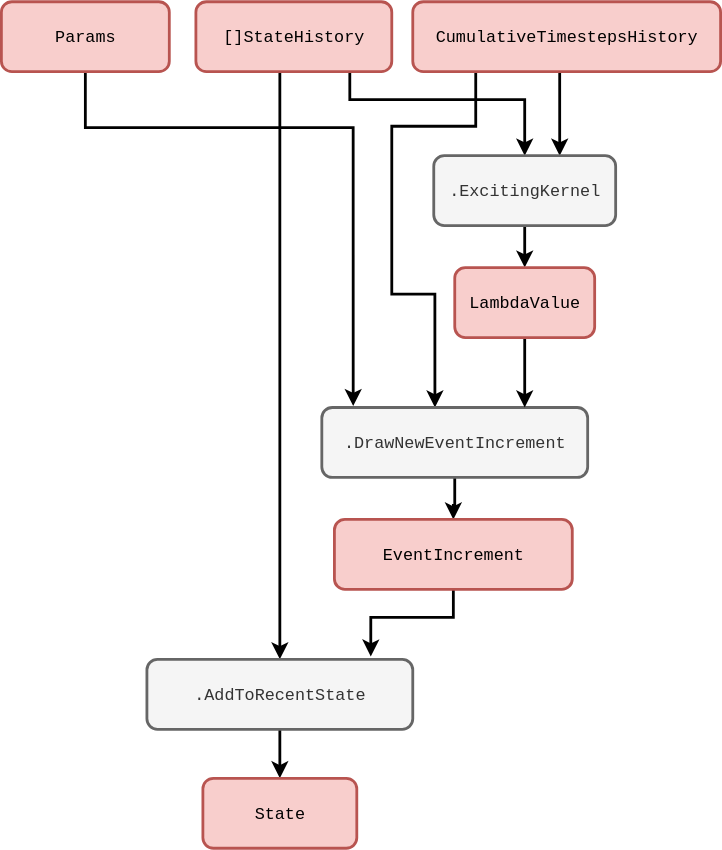
umbralcalc/umbralcalc.github.io keeps this draw.io diagram as assets/diagramming_the_stochadex_project/hawkes-process.svg. Above is the earlier version. Source tidied: cells renumbered, new cells last; positions are measured from the earlier drawing's top-left corner, leaving out a move shared by most shapes. The source it was exported from:
```xml
<mxGraphModel>
  <root>
    <mxCell id="0" />
    <mxCell id="1" parent="0" />
    <mxCell id="2" style="edgeStyle=orthogonalEdgeStyle;rounded=0;jettySize=auto;html=1;strokeWidth=2;entryX=0.5;entryY=0;entryDx=0;entryDy=0;" parent="1" edge="1" source="20" target="9">
      <mxGeometry relative="1" as="geometry">
        <Array as="points">
          <mxPoint x="199" y="150" />
          <mxPoint x="199" y="150" />
        </Array>
      </mxGeometry>
    </mxCell>
    <mxCell id="3" style="edgeStyle=orthogonalEdgeStyle;rounded=0;jettySize=auto;html=1;entryX=0.5;entryY=0;entryDx=0;entryDy=0;strokeWidth=2;" parent="1" edge="1" target="12">
      <mxGeometry relative="1" as="geometry">
        <mxPoint x="249" y="50" as="sourcePoint" />
        <Array as="points">
          <mxPoint x="249" y="70" />
          <mxPoint x="374" y="70" />
        </Array>
      </mxGeometry>
    </mxCell>
    <mxCell id="4" style="edgeStyle=orthogonalEdgeStyle;rounded=0;jettySize=auto;html=1;strokeWidth=2;" parent="1" edge="1" target="12">
      <mxGeometry relative="1" as="geometry">
        <mxPoint x="399" y="50" as="sourcePoint" />
        <Array as="points">
          <mxPoint x="399" y="80" />
          <mxPoint x="399" y="80" />
        </Array>
      </mxGeometry>
    </mxCell>
    <mxCell id="5" style="edgeStyle=orthogonalEdgeStyle;rounded=0;orthogonalLoop=1;jettySize=auto;html=1;strokeWidth=2;entryX=0.391;entryY=0.02;entryDx=0;entryDy=0;entryPerimeter=0;" parent="1" edge="1">
      <mxGeometry relative="1" as="geometry">
        <mxPoint x="339" y="49" as="sourcePoint" />
        <mxPoint x="309.8" y="290" as="targetPoint" />
        <Array as="points">
          <mxPoint x="339" y="89" />
          <mxPoint x="279" y="89" />
          <mxPoint x="279" y="209" />
          <mxPoint x="310" y="209" />
        </Array>
      </mxGeometry>
    </mxCell>
    <mxCell id="6" style="edgeStyle=orthogonalEdgeStyle;rounded=0;jettySize=auto;html=1;entryX=0.118;entryY=-0.02;entryDx=0;entryDy=0;strokeWidth=2;entryPerimeter=0;" parent="1" edge="1" source="7" target="14">
      <mxGeometry relative="1" as="geometry">
        <Array as="points">
          <mxPoint x="60" y="90" />
          <mxPoint x="251" y="90" />
        </Array>
      </mxGeometry>
    </mxCell>
    <mxCell id="7" value="&lt;font face=&quot;Courier New&quot;&gt;Params&lt;/font&gt;" style="rounded=1;whiteSpace=wrap;html=1;strokeWidth=2;fillColor=#f8cecc;strokeColor=#b85450;" parent="1" vertex="1">
      <mxGeometry width="120" height="50" as="geometry" />
    </mxCell>
    <mxCell id="8" style="edgeStyle=orthogonalEdgeStyle;rounded=0;jettySize=auto;html=1;strokeWidth=2;" parent="1" edge="1" source="9" target="10">
      <mxGeometry relative="1" as="geometry" />
    </mxCell>
    <mxCell id="9" value="&lt;font face=&quot;Courier New&quot;&gt;.AddToRecentState&lt;/font&gt;" style="rounded=1;whiteSpace=wrap;html=1;strokeWidth=2;fillColor=#f5f5f5;fontColor=#333333;strokeColor=#666666;" parent="1" vertex="1">
      <mxGeometry x="104" y="470" width="190" height="50" as="geometry" />
    </mxCell>
    <mxCell id="10" value="&lt;font face=&quot;Courier New&quot;&gt;State&lt;/font&gt;" style="rounded=1;whiteSpace=wrap;html=1;strokeWidth=2;fillColor=#f8cecc;strokeColor=#b85450;" parent="1" vertex="1">
      <mxGeometry x="144" y="555" width="110" height="50" as="geometry" />
    </mxCell>
    <mxCell id="11" style="edgeStyle=orthogonalEdgeStyle;rounded=0;jettySize=auto;html=1;strokeWidth=2;" parent="1" edge="1" source="12" target="18">
      <mxGeometry relative="1" as="geometry" />
    </mxCell>
    <mxCell id="12" value="&lt;font face=&quot;Courier New&quot;&gt;.ExcitingKernel&lt;/font&gt;" style="rounded=1;whiteSpace=wrap;html=1;strokeWidth=2;fillColor=#f5f5f5;fontColor=#333333;strokeColor=#666666;" parent="1" vertex="1">
      <mxGeometry x="309" y="110" width="130" height="50" as="geometry" />
    </mxCell>
    <mxCell id="13" style="edgeStyle=orthogonalEdgeStyle;rounded=0;jettySize=auto;html=1;strokeWidth=2;" parent="1" edge="1" source="14" target="16">
      <mxGeometry relative="1" as="geometry" />
    </mxCell>
    <mxCell id="14" value="&lt;font face=&quot;Courier New&quot;&gt;.DrawNewEventIncrement&lt;/font&gt;" style="rounded=1;whiteSpace=wrap;html=1;strokeWidth=2;fillColor=#f5f5f5;fontColor=#333333;strokeColor=#666666;" parent="1" vertex="1">
      <mxGeometry x="229" y="290" width="190" height="50" as="geometry" />
    </mxCell>
    <mxCell id="15" style="edgeStyle=orthogonalEdgeStyle;rounded=0;jettySize=auto;html=1;strokeWidth=2;entryX=0.842;entryY=-0.04;entryDx=0;entryDy=0;entryPerimeter=0;" parent="1" edge="1" source="16" target="9">
      <mxGeometry relative="1" as="geometry">
        <Array as="points">
          <mxPoint x="323" y="440" />
          <mxPoint x="264" y="440" />
        </Array>
      </mxGeometry>
    </mxCell>
    <mxCell id="16" value="&lt;font face=&quot;Courier New&quot;&gt;EventIncrement&lt;/font&gt;" style="rounded=1;whiteSpace=wrap;html=1;strokeWidth=2;fillColor=#f8cecc;strokeColor=#b85450;" parent="1" vertex="1">
      <mxGeometry x="238" y="370" width="170" height="50" as="geometry" />
    </mxCell>
    <mxCell id="17" style="edgeStyle=orthogonalEdgeStyle;rounded=0;jettySize=auto;html=1;strokeWidth=2;" parent="1" edge="1" source="18" target="14">
      <mxGeometry relative="1" as="geometry">
        <Array as="points">
          <mxPoint x="374" y="280" />
          <mxPoint x="374" y="280" />
        </Array>
      </mxGeometry>
    </mxCell>
    <mxCell id="18" value="&lt;font face=&quot;Courier New&quot;&gt;LambdaValue&lt;/font&gt;" style="rounded=1;whiteSpace=wrap;html=1;strokeWidth=2;fillColor=#f8cecc;strokeColor=#b85450;" parent="1" vertex="1">
      <mxGeometry x="324" y="190" width="100" height="50" as="geometry" />
    </mxCell>
    <mxCell id="19" value="&lt;font face=&quot;Courier New&quot;&gt;CumulativeTimestepsHistory&lt;/font&gt;" style="rounded=1;whiteSpace=wrap;html=1;strokeWidth=2;fillColor=#f8cecc;strokeColor=#b85450;" parent="1" vertex="1">
      <mxGeometry x="294" width="220" height="50" as="geometry" />
    </mxCell>
    <mxCell id="20" value="&lt;font face=&quot;Courier New&quot;&gt;[]StateHistory&lt;/font&gt;" style="rounded=1;whiteSpace=wrap;html=1;strokeWidth=2;fillColor=#f8cecc;strokeColor=#b85450;" parent="1" vertex="1">
      <mxGeometry x="139" width="140" height="50" as="geometry" />
    </mxCell>
  </root>
</mxGraphModel>
```
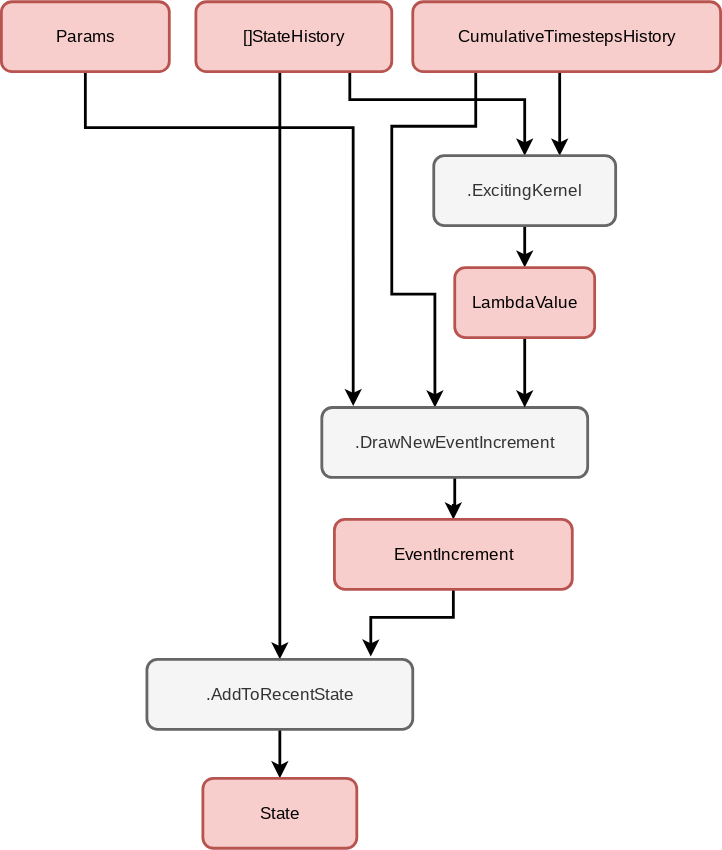
After the change.

What changed in the source:
```diff
@@ -2,7 +2,7 @@
   <root>
     <mxCell id="0" />
     <mxCell id="1" parent="0" />
-    <mxCell id="2" style="edgeStyle=orthogonalEdgeStyle;rounded=0;jettySize=auto;html=1;strokeWidth=2;entryX=0.5;entryY=0;entryDx=0;entryDy=0;" parent="1" edge="1" source="20" target="9">
+    <mxCell id="2" style="edgeStyle=orthogonalEdgeStyle;rounded=0;jettySize=auto;html=1;strokeWidth=2;entryX=0.5;entryY=0;entryDx=0;entryDy=0;fontFamily=Cousine;fontSource=https%3A%2F%2Ffonts.googleapis.com%2Fcss2%3Ffamily%3DCourier%2BPrime%3Aital%2Cwght%400%2C400%3B0%2C700%3B1%2C400%3B1%2C700%26family%3DCousine%3Aital%2Cwght%400%2C400%3B0%2C700%3B1%2C400%3B1%2C700%26family%3DShadows%2BInto%2BLight%26display%3Dswap;" parent="1" edge="1" source="20" target="9">
       <mxGeometry relative="1" as="geometry">
         <Array as="points">
           <mxPoint x="199" y="150" />
@@ -10,7 +10,7 @@
         </Array>
       </mxGeometry>
     </mxCell>
-    <mxCell id="3" style="edgeStyle=orthogonalEdgeStyle;rounded=0;jettySize=auto;html=1;entryX=0.5;entryY=0;entryDx=0;entryDy=0;strokeWidth=2;" parent="1" edge="1" target="12">
+    <mxCell id="3" style="edgeStyle=orthogonalEdgeStyle;rounded=0;jettySize=auto;html=1;entryX=0.5;entryY=0;entryDx=0;entryDy=0;strokeWidth=2;fontFamily=Cousine;fontSource=https%3A%2F%2Ffonts.googleapis.com%2Fcss2%3Ffamily%3DCourier%2BPrime%3Aital%2Cwght%400%2C400%3B0%2C700%3B1%2C400%3B1%2C700%26family%3DCousine%3Aital%2Cwght%400%2C400%3B0%2C700%3B1%2C400%3B1%2C700%26family%3DShadows%2BInto%2BLight%26display%3Dswap;" parent="1" edge="1" target="12">
       <mxGeometry relative="1" as="geometry">
         <mxPoint x="249" y="50" as="sourcePoint" />
         <Array as="points">
@@ -19,7 +19,7 @@
         </Array>
       </mxGeometry>
     </mxCell>
-    <mxCell id="4" style="edgeStyle=orthogonalEdgeStyle;rounded=0;jettySize=auto;html=1;strokeWidth=2;" parent="1" edge="1" target="12">
+    <mxCell id="4" style="edgeStyle=orthogonalEdgeStyle;rounded=0;jettySize=auto;html=1;strokeWidth=2;fontFamily=Cousine;fontSource=https%3A%2F%2Ffonts.googleapis.com%2Fcss2%3Ffamily%3DCourier%2BPrime%3Aital%2Cwght%400%2C400%3B0%2C700%3B1%2C400%3B1%2C700%26family%3DCousine%3Aital%2Cwght%400%2C400%3B0%2C700%3B1%2C400%3B1%2C700%26family%3DShadows%2BInto%2BLight%26display%3Dswap;" parent="1" edge="1" target="12">
       <mxGeometry relative="1" as="geometry">
         <mxPoint x="399" y="50" as="sourcePoint" />
         <Array as="points">
@@ -28,7 +28,7 @@
         </Array>
       </mxGeometry>
     </mxCell>
-    <mxCell id="5" style="edgeStyle=orthogonalEdgeStyle;rounded=0;orthogonalLoop=1;jettySize=auto;html=1;strokeWidth=2;entryX=0.391;entryY=0.02;entryDx=0;entryDy=0;entryPerimeter=0;" parent="1" edge="1">
+    <mxCell id="5" style="edgeStyle=orthogonalEdgeStyle;rounded=0;orthogonalLoop=1;jettySize=auto;html=1;strokeWidth=2;entryX=0.391;entryY=0.02;entryDx=0;entryDy=0;entryPerimeter=0;fontFamily=Cousine;fontSource=https%3A%2F%2Ffonts.googleapis.com%2Fcss2%3Ffamily%3DCourier%2BPrime%3Aital%2Cwght%400%2C400%3B0%2C700%3B1%2C400%3B1%2C700%26family%3DCousine%3Aital%2Cwght%400%2C400%3B0%2C700%3B1%2C400%3B1%2C700%26family%3DShadows%2BInto%2BLight%26display%3Dswap;" parent="1" edge="1">
       <mxGeometry relative="1" as="geometry">
         <mxPoint x="339" y="49" as="sourcePoint" />
         <mxPoint x="309.8" y="290" as="targetPoint" />
@@ -40,7 +40,7 @@
         </Array>
       </mxGeometry>
     </mxCell>
-    <mxCell id="6" style="edgeStyle=orthogonalEdgeStyle;rounded=0;jettySize=auto;html=1;entryX=0.118;entryY=-0.02;entryDx=0;entryDy=0;strokeWidth=2;entryPerimeter=0;" parent="1" edge="1" source="7" target="14">
+    <mxCell id="6" style="edgeStyle=orthogonalEdgeStyle;rounded=0;jettySize=auto;html=1;entryX=0.118;entryY=-0.02;entryDx=0;entryDy=0;strokeWidth=2;entryPerimeter=0;fontFamily=Cousine;fontSource=https%3A%2F%2Ffonts.googleapis.com%2Fcss2%3Ffamily%3DCourier%2BPrime%3Aital%2Cwght%400%2C400%3B0%2C700%3B1%2C400%3B1%2C700%26family%3DCousine%3Aital%2Cwght%400%2C400%3B0%2C700%3B1%2C400%3B1%2C700%26family%3DShadows%2BInto%2BLight%26display%3Dswap;" parent="1" edge="1" source="7" target="14">
       <mxGeometry relative="1" as="geometry">
         <Array as="points">
           <mxPoint x="60" y="90" />
@@ -48,31 +48,31 @@
         </Array>
       </mxGeometry>
     </mxCell>
-    <mxCell id="7" value="&lt;font face=&quot;Courier New&quot;&gt;Params&lt;/font&gt;" style="rounded=1;whiteSpace=wrap;html=1;strokeWidth=2;fillColor=#f8cecc;strokeColor=#b85450;" parent="1" vertex="1">
+    <mxCell id="7" value="&lt;font&gt;Params&lt;/font&gt;" style="rounded=1;whiteSpace=wrap;html=1;strokeWidth=2;fillColor=#f8cecc;strokeColor=#b85450;fontFamily=Cousine;fontSource=https%3A%2F%2Ffonts.googleapis.com%2Fcss2%3Ffamily%3DCourier%2BPrime%3Aital%2Cwght%400%2C400%3B0%2C700%3B1%2C400%3B1%2C700%26family%3DCousine%3Aital%2Cwght%400%2C400%3B0%2C700%3B1%2C400%3B1%2C700%26family%3DShadows%2BInto%2BLight%26display%3Dswap;" parent="1" vertex="1">
       <mxGeometry width="120" height="50" as="geometry" />
     </mxCell>
-    <mxCell id="8" style="edgeStyle=orthogonalEdgeStyle;rounded=0;jettySize=auto;html=1;strokeWidth=2;" parent="1" edge="1" source="9" target="10">
+    <mxCell id="8" style="edgeStyle=orthogonalEdgeStyle;rounded=0;jettySize=auto;html=1;strokeWidth=2;fontFamily=Cousine;fontSource=https%3A%2F%2Ffonts.googleapis.com%2Fcss2%3Ffamily%3DCourier%2BPrime%3Aital%2Cwght%400%2C400%3B0%2C700%3B1%2C400%3B1%2C700%26family%3DCousine%3Aital%2Cwght%400%2C400%3B0%2C700%3B1%2C400%3B1%2C700%26family%3DShadows%2BInto%2BLight%26display%3Dswap;" parent="1" edge="1" source="9" target="10">
       <mxGeometry relative="1" as="geometry" />
     </mxCell>
-    <mxCell id="9" value="&lt;font face=&quot;Courier New&quot;&gt;.AddToRecentState&lt;/font&gt;" style="rounded=1;whiteSpace=wrap;html=1;strokeWidth=2;fillColor=#f5f5f5;fontColor=#333333;strokeColor=#666666;" parent="1" vertex="1">
+    <mxCell id="9" value="&lt;font&gt;.AddToRecentState&lt;/font&gt;" style="rounded=1;whiteSpace=wrap;html=1;strokeWidth=2;fillColor=#f5f5f5;fontColor=#333333;strokeColor=#666666;fontFamily=Cousine;fontSource=https%3A%2F%2Ffonts.googleapis.com%2Fcss2%3Ffamily%3DCourier%2BPrime%3Aital%2Cwght%400%2C400%3B0%2C700%3B1%2C400%3B1%2C700%26family%3DCousine%3Aital%2Cwght%400%2C400%3B0%2C700%3B1%2C400%3B1%2C700%26family%3DShadows%2BInto%2BLight%26display%3Dswap;" parent="1" vertex="1">
       <mxGeometry x="104" y="470" width="190" height="50" as="geometry" />
     </mxCell>
-    <mxCell id="10" value="&lt;font face=&quot;Courier New&quot;&gt;State&lt;/font&gt;" style="rounded=1;whiteSpace=wrap;html=1;strokeWidth=2;fillColor=#f8cecc;strokeColor=#b85450;" parent="1" vertex="1">
+    <mxCell id="10" value="&lt;font&gt;State&lt;/font&gt;" style="rounded=1;whiteSpace=wrap;html=1;strokeWidth=2;fillColor=#f8cecc;strokeColor=#b85450;fontFamily=Cousine;fontSource=https%3A%2F%2Ffonts.googleapis.com%2Fcss2%3Ffamily%3DCourier%2BPrime%3Aital%2Cwght%400%2C400%3B0%2C700%3B1%2C400%3B1%2C700%26family%3DCousine%3Aital%2Cwght%400%2C400%3B0%2C700%3B1%2C400%3B1%2C700%26family%3DShadows%2BInto%2BLight%26display%3Dswap;" parent="1" vertex="1">
       <mxGeometry x="144" y="555" width="110" height="50" as="geometry" />
     </mxCell>
-    <mxCell id="11" style="edgeStyle=orthogonalEdgeStyle;rounded=0;jettySize=auto;html=1;strokeWidth=2;" parent="1" edge="1" source="12" target="18">
+    <mxCell id="11" style="edgeStyle=orthogonalEdgeStyle;rounded=0;jettySize=auto;html=1;strokeWidth=2;fontFamily=Cousine;fontSource=https%3A%2F%2Ffonts.googleapis.com%2Fcss2%3Ffamily%3DCourier%2BPrime%3Aital%2Cwght%400%2C400%3B0%2C700%3B1%2C400%3B1%2C700%26family%3DCousine%3Aital%2Cwght%400%2C400%3B0%2C700%3B1%2C400%3B1%2C700%26family%3DShadows%2BInto%2BLight%26display%3Dswap;" parent="1" edge="1" source="12" target="18">
       <mxGeometry relative="1" as="geometry" />
     </mxCell>
-    <mxCell id="12" value="&lt;font face=&quot;Courier New&quot;&gt;.ExcitingKernel&lt;/font&gt;" style="rounded=1;whiteSpace=wrap;html=1;strokeWidth=2;fillColor=#f5f5f5;fontColor=#333333;strokeColor=#666666;" parent="1" vertex="1">
+    <mxCell id="12" value="&lt;font&gt;.ExcitingKernel&lt;/font&gt;" style="rounded=1;whiteSpace=wrap;html=1;strokeWidth=2;fillColor=#f5f5f5;fontColor=#333333;strokeColor=#666666;fontFamily=Cousine;fontSource=https%3A%2F%2Ffonts.googleapis.com%2Fcss2%3Ffamily%3DCourier%2BPrime%3Aital%2Cwght%400%2C400%3B0%2C700%3B1%2C400%3B1%2C700%26family%3DCousine%3Aital%2Cwght%400%2C400%3B0%2C700%3B1%2C400%3B1%2C700%26family%3DShadows%2BInto%2BLight%26display%3Dswap;" parent="1" vertex="1">
       <mxGeometry x="309" y="110" width="130" height="50" as="geometry" />
     </mxCell>
-    <mxCell id="13" style="edgeStyle=orthogonalEdgeStyle;rounded=0;jettySize=auto;html=1;strokeWidth=2;" parent="1" edge="1" source="14" target="16">
+    <mxCell id="13" style="edgeStyle=orthogonalEdgeStyle;rounded=0;jettySize=auto;html=1;strokeWidth=2;fontFamily=Cousine;fontSource=https%3A%2F%2Ffonts.googleapis.com%2Fcss2%3Ffamily%3DCourier%2BPrime%3Aital%2Cwght%400%2C400%3B0%2C700%3B1%2C400%3B1%2C700%26family%3DCousine%3Aital%2Cwght%400%2C400%3B0%2C700%3B1%2C400%3B1%2C700%26family%3DShadows%2BInto%2BLight%26display%3Dswap;" parent="1" edge="1" source="14" target="16">
       <mxGeometry relative="1" as="geometry" />
     </mxCell>
-    <mxCell id="14" value="&lt;font face=&quot;Courier New&quot;&gt;.DrawNewEventIncrement&lt;/font&gt;" style="rounded=1;whiteSpace=wrap;html=1;strokeWidth=2;fillColor=#f5f5f5;fontColor=#333333;strokeColor=#666666;" parent="1" vertex="1">
+    <mxCell id="14" value="&lt;font&gt;.DrawNewEventIncrement&lt;/font&gt;" style="rounded=1;whiteSpace=wrap;html=1;strokeWidth=2;fillColor=#f5f5f5;fontColor=#333333;strokeColor=#666666;fontFamily=Cousine;fontSource=https%3A%2F%2Ffonts.googleapis.com%2Fcss2%3Ffamily%3DCourier%2BPrime%3Aital%2Cwght%400%2C400%3B0%2C700%3B1%2C400%3B1%2C700%26family%3DCousine%3Aital%2Cwght%400%2C400%3B0%2C700%3B1%2C400%3B1%2C700%26family%3DShadows%2BInto%2BLight%26display%3Dswap;" parent="1" vertex="1">
       <mxGeometry x="229" y="290" width="190" height="50" as="geometry" />
     </mxCell>
-    <mxCell id="15" style="edgeStyle=orthogonalEdgeStyle;rounded=0;jettySize=auto;html=1;strokeWidth=2;entryX=0.842;entryY=-0.04;entryDx=0;entryDy=0;entryPerimeter=0;" parent="1" edge="1" source="16" target="9">
+    <mxCell id="15" style="edgeStyle=orthogonalEdgeStyle;rounded=0;jettySize=auto;html=1;strokeWidth=2;entryX=0.842;entryY=-0.04;entryDx=0;entryDy=0;entryPerimeter=0;fontFamily=Cousine;fontSource=https%3A%2F%2Ffonts.googleapis.com%2Fcss2%3Ffamily%3DCourier%2BPrime%3Aital%2Cwght%400%2C400%3B0%2C700%3B1%2C400%3B1%2C700%26family%3DCousine%3Aital%2Cwght%400%2C400%3B0%2C700%3B1%2C400%3B1%2C700%26family%3DShadows%2BInto%2BLight%26display%3Dswap;" parent="1" edge="1" source="16" target="9">
       <mxGeometry relative="1" as="geometry">
         <Array as="points">
           <mxPoint x="323" y="440" />
@@ -80,10 +80,10 @@
         </Array>
       </mxGeometry>
     </mxCell>
-    <mxCell id="16" value="&lt;font face=&quot;Courier New&quot;&gt;EventIncrement&lt;/font&gt;" style="rounded=1;whiteSpace=wrap;html=1;strokeWidth=2;fillColor=#f8cecc;strokeColor=#b85450;" parent="1" vertex="1">
+    <mxCell id="16" value="&lt;font&gt;EventIncrement&lt;/font&gt;" style="rounded=1;whiteSpace=wrap;html=1;strokeWidth=2;fillColor=#f8cecc;strokeColor=#b85450;fontFamily=Cousine;fontSource=https%3A%2F%2Ffonts.googleapis.com%2Fcss2%3Ffamily%3DCourier%2BPrime%3Aital%2Cwght%400%2C400%3B0%2C700%3B1%2C400%3B1%2C700%26family%3DCousine%3Aital%2Cwght%400%2C400%3B0%2C700%3B1%2C400%3B1%2C700%26family%3DShadows%2BInto%2BLight%26display%3Dswap;" parent="1" vertex="1">
       <mxGeometry x="238" y="370" width="170" height="50" as="geometry" />
     </mxCell>
-    <mxCell id="17" style="edgeStyle=orthogonalEdgeStyle;rounded=0;jettySize=auto;html=1;strokeWidth=2;" parent="1" edge="1" source="18" target="14">
+    <mxCell id="17" style="edgeStyle=orthogonalEdgeStyle;rounded=0;jettySize=auto;html=1;strokeWidth=2;fontFamily=Cousine;fontSource=https%3A%2F%2Ffonts.googleapis.com%2Fcss2%3Ffamily%3DCourier%2BPrime%3Aital%2Cwght%400%2C400%3B0%2C700%3B1%2C400%3B1%2C700%26family%3DCousine%3Aital%2Cwght%400%2C400%3B0%2C700%3B1%2C400%3B1%2C700%26family%3DShadows%2BInto%2BLight%26display%3Dswap;" parent="1" edge="1" source="18" target="14">
       <mxGeometry relative="1" as="geometry">
         <Array as="points">
           <mxPoint x="374" y="280" />
@@ -91,13 +91,13 @@
         </Array>
       </mxGeometry>
     </mxCell>
-    <mxCell id="18" value="&lt;font face=&quot;Courier New&quot;&gt;LambdaValue&lt;/font&gt;" style="rounded=1;whiteSpace=wrap;html=1;strokeWidth=2;fillColor=#f8cecc;strokeColor=#b85450;" parent="1" vertex="1">
+    <mxCell id="18" value="&lt;font&gt;LambdaValue&lt;/font&gt;" style="rounded=1;whiteSpace=wrap;html=1;strokeWidth=2;fillColor=#f8cecc;strokeColor=#b85450;fontFamily=Cousine;fontSource=https%3A%2F%2Ffonts.googleapis.com%2Fcss2%3Ffamily%3DCourier%2BPrime%3Aital%2Cwght%400%2C400%3B0%2C700%3B1%2C400%3B1%2C700%26family%3DCousine%3Aital%2Cwght%400%2C400%3B0%2C700%3B1%2C400%3B1%2C700%26family%3DShadows%2BInto%2BLight%26display%3Dswap;" parent="1" vertex="1">
       <mxGeometry x="324" y="190" width="100" height="50" as="geometry" />
     </mxCell>
-    <mxCell id="19" value="&lt;font face=&quot;Courier New&quot;&gt;CumulativeTimestepsHistory&lt;/font&gt;" style="rounded=1;whiteSpace=wrap;html=1;strokeWidth=2;fillColor=#f8cecc;strokeColor=#b85450;" parent="1" vertex="1">
+    <mxCell id="19" value="&lt;font&gt;CumulativeTimestepsHistory&lt;/font&gt;" style="rounded=1;whiteSpace=wrap;html=1;strokeWidth=2;fillColor=#f8cecc;strokeColor=#b85450;fontFamily=Cousine;fontSource=https%3A%2F%2Ffonts.googleapis.com%2Fcss2%3Ffamily%3DCourier%2BPrime%3Aital%2Cwght%400%2C400%3B0%2C700%3B1%2C400%3B1%2C700%26family%3DCousine%3Aital%2Cwght%400%2C400%3B0%2C700%3B1%2C400%3B1%2C700%26family%3DShadows%2BInto%2BLight%26display%3Dswap;" parent="1" vertex="1">
       <mxGeometry x="294" width="220" height="50" as="geometry" />
     </mxCell>
-    <mxCell id="20" value="&lt;font face=&quot;Courier New&quot;&gt;[]StateHistory&lt;/font&gt;" style="rounded=1;whiteSpace=wrap;html=1;strokeWidth=2;fillColor=#f8cecc;strokeColor=#b85450;" parent="1" vertex="1">
+    <mxCell id="20" value="&lt;font&gt;[]StateHistory&lt;/font&gt;" style="rounded=1;whiteSpace=wrap;html=1;strokeWidth=2;fillColor=#f8cecc;strokeColor=#b85450;fontFamily=Cousine;fontSource=https%3A%2F%2Ffonts.googleapis.com%2Fcss2%3Ffamily%3DCourier%2BPrime%3Aital%2Cwght%400%2C400%3B0%2C700%3B1%2C400%3B1%2C700%26family%3DCousine%3Aital%2Cwght%400%2C400%3B0%2C700%3B1%2C400%3B1%2C700%26family%3DShadows%2BInto%2BLight%26display%3Dswap;" parent="1" vertex="1">
       <mxGeometry x="139" width="140" height="50" as="geometry" />
     </mxCell>
   </root>
```
